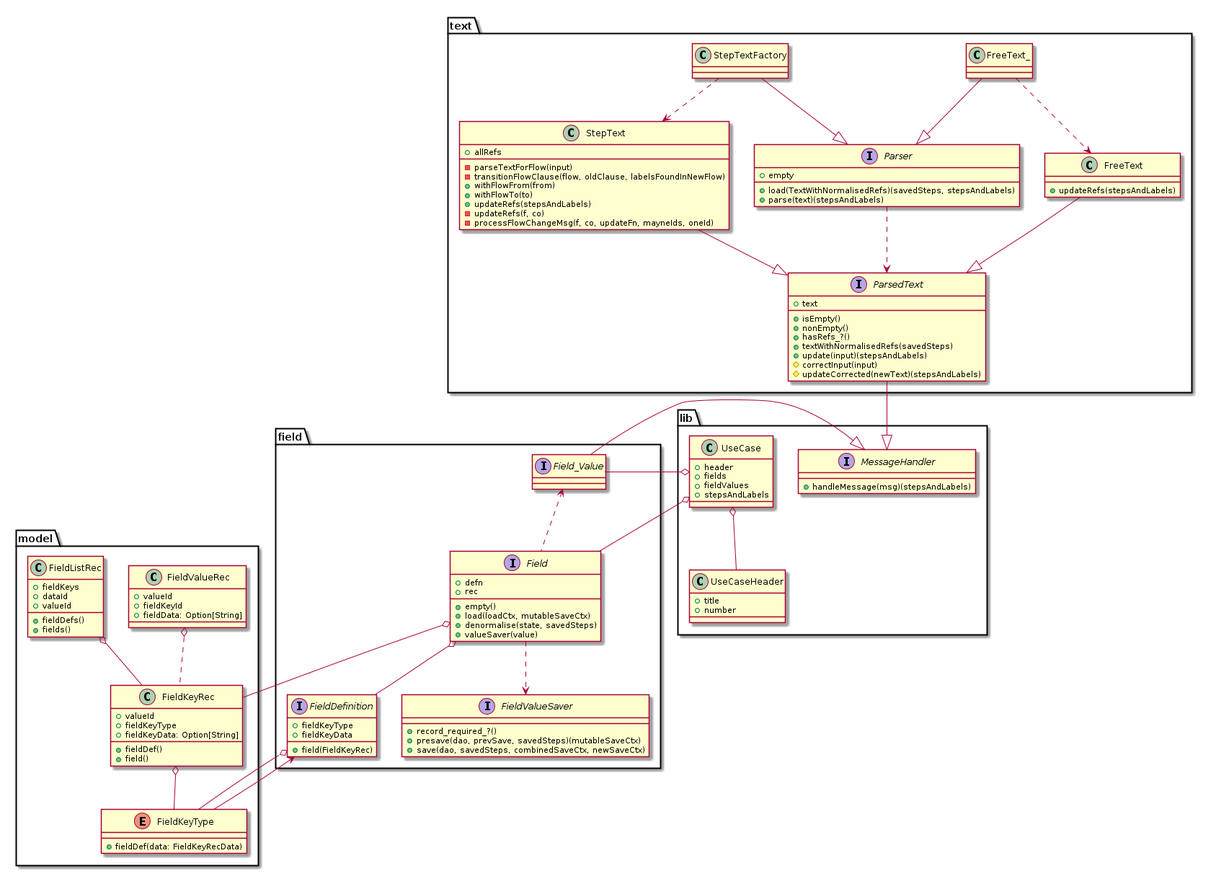
scala-steward/shipreq keeps this PlantUML diagram as Design/classes-top.png. Above is the earlier version.
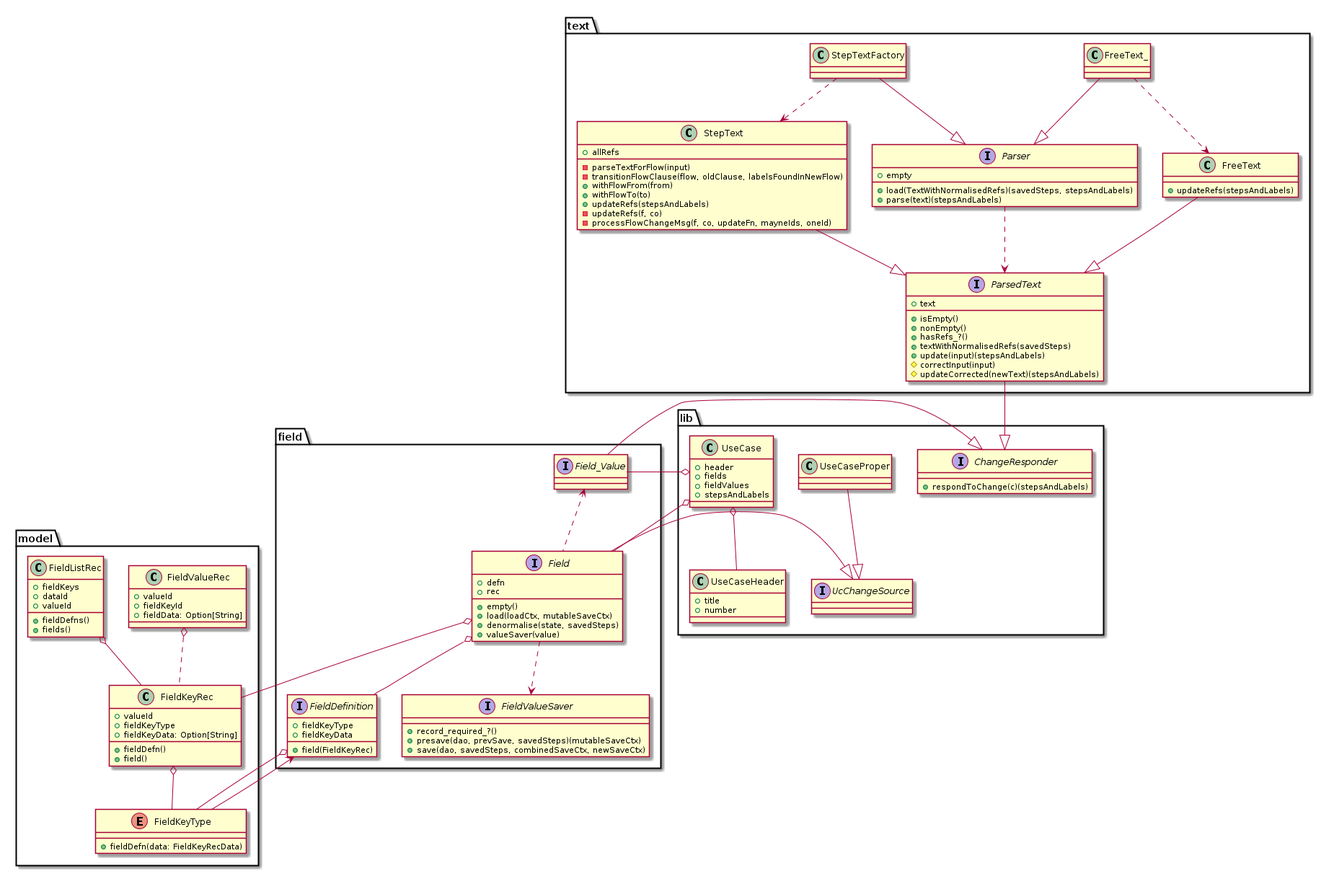
The same file after the commit.

Change to the diagram source:
```diff
@@ -1,9 +1,11 @@
 @startuml classes-top.png
 
 package lib {
-	interface MessageHandler {
-		+handleMessage(msg)(stepsAndLabels)
+	interface ChangeResponder {
+		+respondToChange(c)(stepsAndLabels)
 	}
+	interface UcChangeSource
+	UseCaseProper --|> UcChangeSource
 	class UseCaseHeader {
 		+title
 		+number
@@ -19,13 +21,13 @@
 
 package model {
 	enum FieldKeyType {
-		+fieldDef(data: FieldKeyRecData)
+		+fieldDefn(data: FieldKeyRecData)
 	}
 	class FieldKeyRec {
 		+valueId
 		+fieldKeyType
 		+fieldKeyData: Option[String]
-		+fieldDef()
+		+fieldDefn()
 		+field()
 	}
 	FieldKeyRec o-- FieldKeyType
@@ -39,7 +41,7 @@
 		+fieldKeys
 		+dataId
 		+valueId
-		+fieldDefs()
+		+fieldDefns()
 		+fields()
 	}
 	FieldListRec o-- FieldKeyRec
@@ -74,7 +76,7 @@
 		-updateRefs(f, co)
 		-processFlowChangeMsg(f, co, updateFn, mayneIds, oneId)
 	}
-	ParsedText --|> MessageHandler
+	ParsedText --|> ChangeResponder
 	FreeText --|> ParsedText
 	StepText --|> ParsedText
 	Parser ..> ParsedText
@@ -107,10 +109,11 @@
 	Field o-- FieldKeyRec
 	Field o-- FieldDefinition
 	Field ..> FieldValueSaver
+	Field --|> UcChangeSource
 	FieldDefinition o-- FieldKeyType
 	FieldDefinition <-- FieldKeyType
 	Field_Value <.. Field
-	Field_Value --|> MessageHandler
+	Field_Value --|> ChangeResponder
 }
 
 UseCase o-- Field
```
